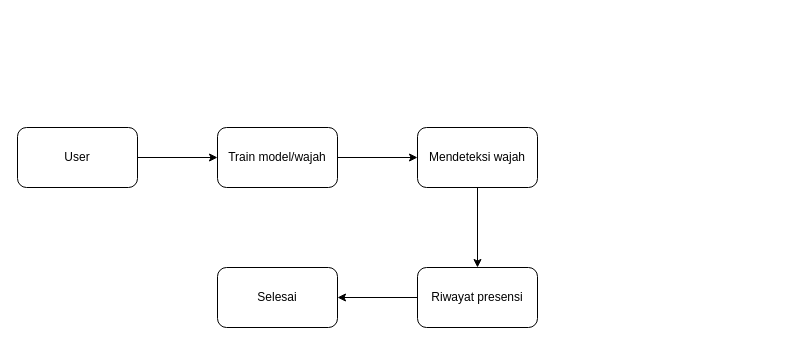
Earlier version of the draw.io diagram alur.drawio (ditanursabila/face-presensi). Source tidied: cells renumbered, new cells numbered last; positions are measured from the earlier drawing's top-left corner, leaving out a move shared by most shapes. Both pictures are drawn from the tidied source at 100%, with x=0, y=0 at pixel (17, 127).
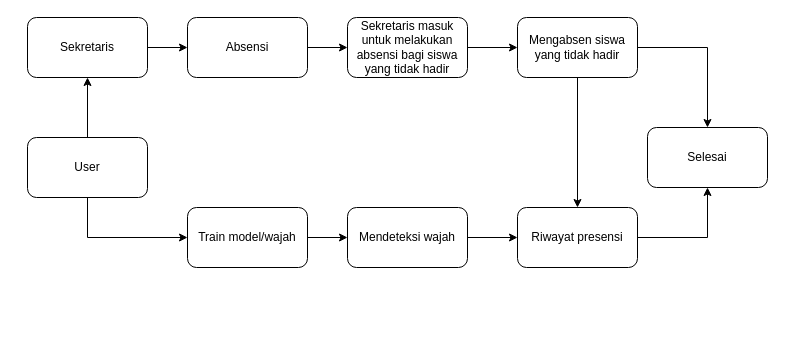
Above is the later version.

Diff of the diagram source:
```diff
@@
+    <mxCell id="11" style="edgeStyle=orthogonalEdgeStyle;rounded=0;jettySize=auto;html=1;" parent="1" edge="1" source="3" target="13">
+      <mxGeometry relative="1" as="geometry" />
+    </mxCell>
-    <mxCell id="2" style="edgeStyle=orthogonalEdgeStyle;rounded=0;jettySize=auto;html=1;" parent="1" edge="1" source="3" target="5">
+    <mxCell id="2" style="edgeStyle=orthogonalEdgeStyle;rounded=0;jettySize=auto;html=1;exitX=0.5;exitY=1;exitDx=0;exitDy=0;entryX=0;entryY=0.5;entryDx=0;entryDy=0;" parent="1" edge="1" source="3" target="5">
       <mxGeometry relative="1" as="geometry" />
     </mxCell>
     <mxCell id="3" value="User" style="rounded=1;whiteSpace=wrap;html=1;" parent="1" vertex="1">
-      <mxGeometry width="120" height="60" as="geometry" />
+      <mxGeometry x="10" y="10" width="120" height="60" as="geometry" />
     </mxCell>
@@
     <mxCell id="5" value="Train model/wajah" style="whiteSpace=wrap;html=1;rounded=1;" parent="1" vertex="1">
-      <mxGeometry x="200" width="120" height="60" as="geometry" />
+      <mxGeometry x="170" y="80" width="120" height="60" as="geometry" />
     </mxCell>
@@
     <mxCell id="7" value="Mendeteksi wajah" style="whiteSpace=wrap;html=1;rounded=1;" parent="1" vertex="1">
-      <mxGeometry x="400" width="120" height="60" as="geometry" />
+      <mxGeometry x="330" y="80" width="120" height="60" as="geometry" />
     </mxCell>
@@
     <mxCell id="9" value="Riwayat presensi" style="whiteSpace=wrap;html=1;rounded=1;" parent="1" vertex="1">
-      <mxGeometry x="400" y="140" width="120" height="60" as="geometry" />
+      <mxGeometry x="500" y="80" width="120" height="60" as="geometry" />
     </mxCell>
     <mxCell id="10" value="Selesai" style="whiteSpace=wrap;html=1;rounded=1;" parent="1" vertex="1">
-      <mxGeometry x="200" y="140" width="120" height="60" as="geometry" />
+      <mxGeometry x="630" width="120" height="60" as="geometry" />
     </mxCell>
+    <mxCell id="12" style="edgeStyle=orthogonalEdgeStyle;rounded=0;jettySize=auto;html=1;" parent="1" edge="1" source="13" target="20">
+      <mxGeometry relative="1" as="geometry" />
+    </mxCell>
+    <mxCell id="13" value="Sekretaris" style="rounded=1;whiteSpace=wrap;html=1;" parent="1" vertex="1">
+      <mxGeometry x="10" y="-110" width="120" height="60" as="geometry" />
+    </mxCell>
+    <mxCell id="14" style="edgeStyle=orthogonalEdgeStyle;rounded=0;jettySize=auto;html=1;" parent="1" edge="1" source="15" target="18">
+      <mxGeometry relative="1" as="geometry" />
+    </mxCell>
+    <mxCell id="15" value="Sekretaris masuk untuk melakukan absensi bagi siswa yang tidak hadir" style="whiteSpace=wrap;html=1;rounded=1;align=center;" parent="1" vertex="1">
+      <mxGeometry x="330" y="-110" width="120" height="60" as="geometry" />
+    </mxCell>
+    <mxCell id="16" style="edgeStyle=orthogonalEdgeStyle;rounded=0;jettySize=auto;html=1;exitX=0.5;exitY=1;exitDx=0;exitDy=0;entryX=0.5;entryY=0;entryDx=0;entryDy=0;" parent="1" edge="1" source="18" target="9">
+      <mxGeometry relative="1" as="geometry" />
+    </mxCell>
+    <mxCell id="17" style="edgeStyle=orthogonalEdgeStyle;rounded=0;jettySize=auto;html=1;exitX=1;exitY=0.5;exitDx=0;exitDy=0;entryX=0.5;entryY=0;entryDx=0;entryDy=0;" parent="1" edge="1" source="18" target="10">
+      <mxGeometry relative="1" as="geometry" />
+    </mxCell>
+    <mxCell id="18" value="Mengabsen siswa yang tidak hadir" style="whiteSpace=wrap;html=1;rounded=1;" parent="1" vertex="1">
+      <mxGeometry x="500" y="-110" width="120" height="60" as="geometry" />
+    </mxCell>
+    <mxCell id="19" style="edgeStyle=orthogonalEdgeStyle;rounded=0;jettySize=auto;html=1;exitX=1;exitY=0.5;exitDx=0;exitDy=0;entryX=0;entryY=0.5;entryDx=0;entryDy=0;" parent="1" edge="1" source="20" target="15">
+      <mxGeometry relative="1" as="geometry" />
+    </mxCell>
+    <mxCell id="20" value="Absensi" style="whiteSpace=wrap;html=1;rounded=1;" parent="1" vertex="1">
+      <mxGeometry x="170" y="-110" width="120" height="60" as="geometry" />
+    </mxCell>
```
